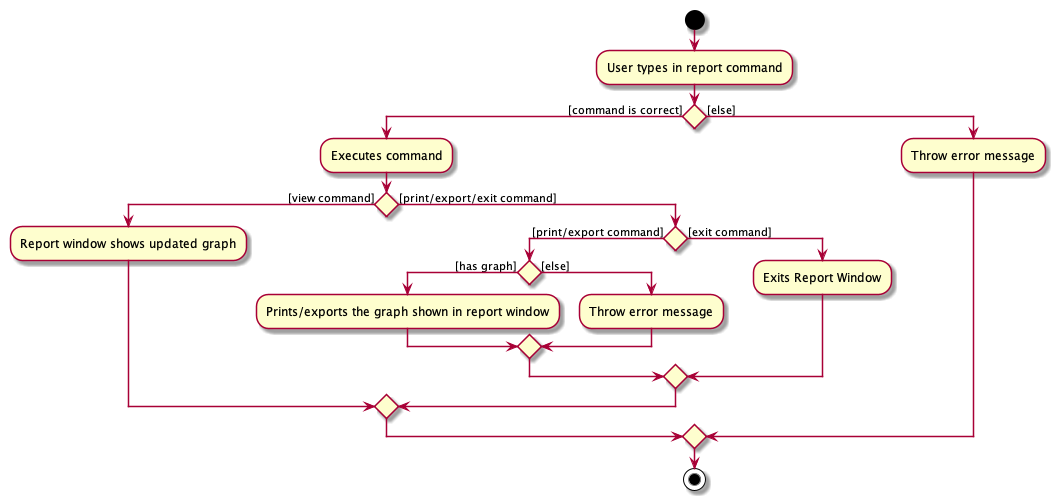
Before: docs/images/Report_ReportWindow_.png, a diagram exported from PlantUML (zwasd/main).
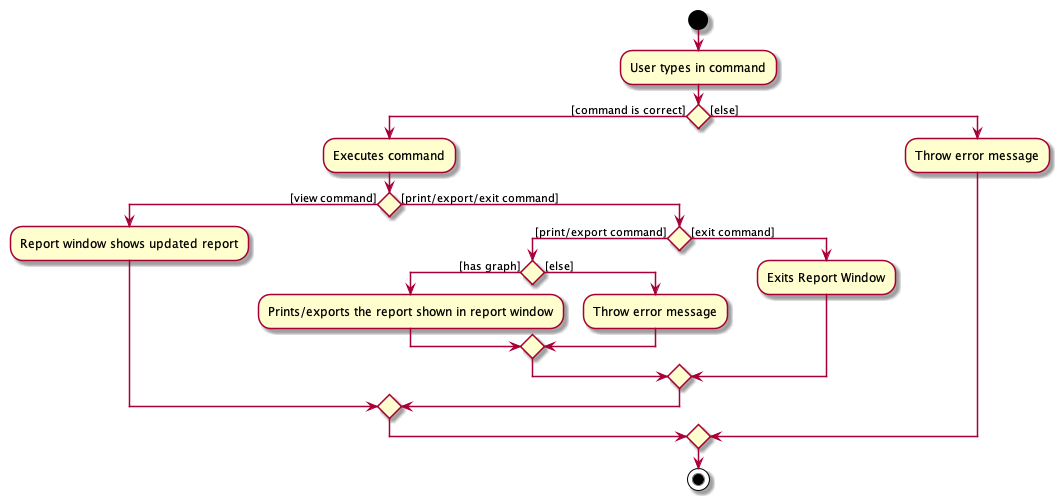
After the change.

Commit message:
Correct activity diagram

Diff of the diagram source:
```diff
@@ -1,14 +1,14 @@
 @startuml
 start
-:User types in report command;
+:User types in command;
 if () then ([command is correct])
     :Executes command;
      if() then ([view command])
-     :Report window shows updated graph;
+     :Report window shows updated report;
      else ([print/export/exit command])
             if () then ([print/export command])
              if () then ([has graph])
-                :Prints/exports the graph shown in report window;
+                :Prints/exports the report shown in report window;
              else ([else])
                 :Throw error message;
               endif
```
